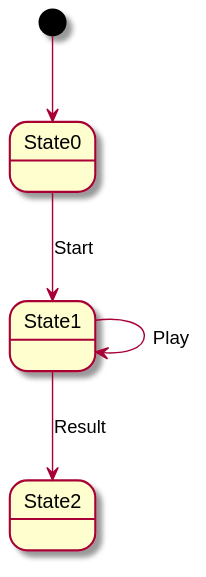
Above: build/docs/asciidoc/images/diagramaContexto.svg in x-USantaTecla-game-ticTacToe/requirements (PlantUML), before the change.
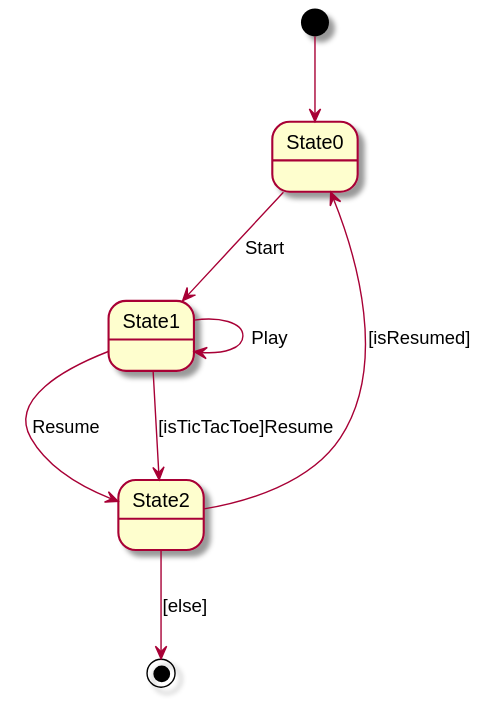
The same file after the commit.

Commit message:
Add resume state

Diff of the diagram source:
```diff
@@ -3,5 +3,8 @@
 [*] --> State0
 State0 --> State1 : Start
 State1 --> State1 : Play
-State1 --> State2 : Result
+State1 --> State2 : Resume
+State1 --> State2 : [isTicTacToe]Resume
+State2 --> State0 : [isResumed]
+State2 --> [*] : [else]
 @enduml
```
